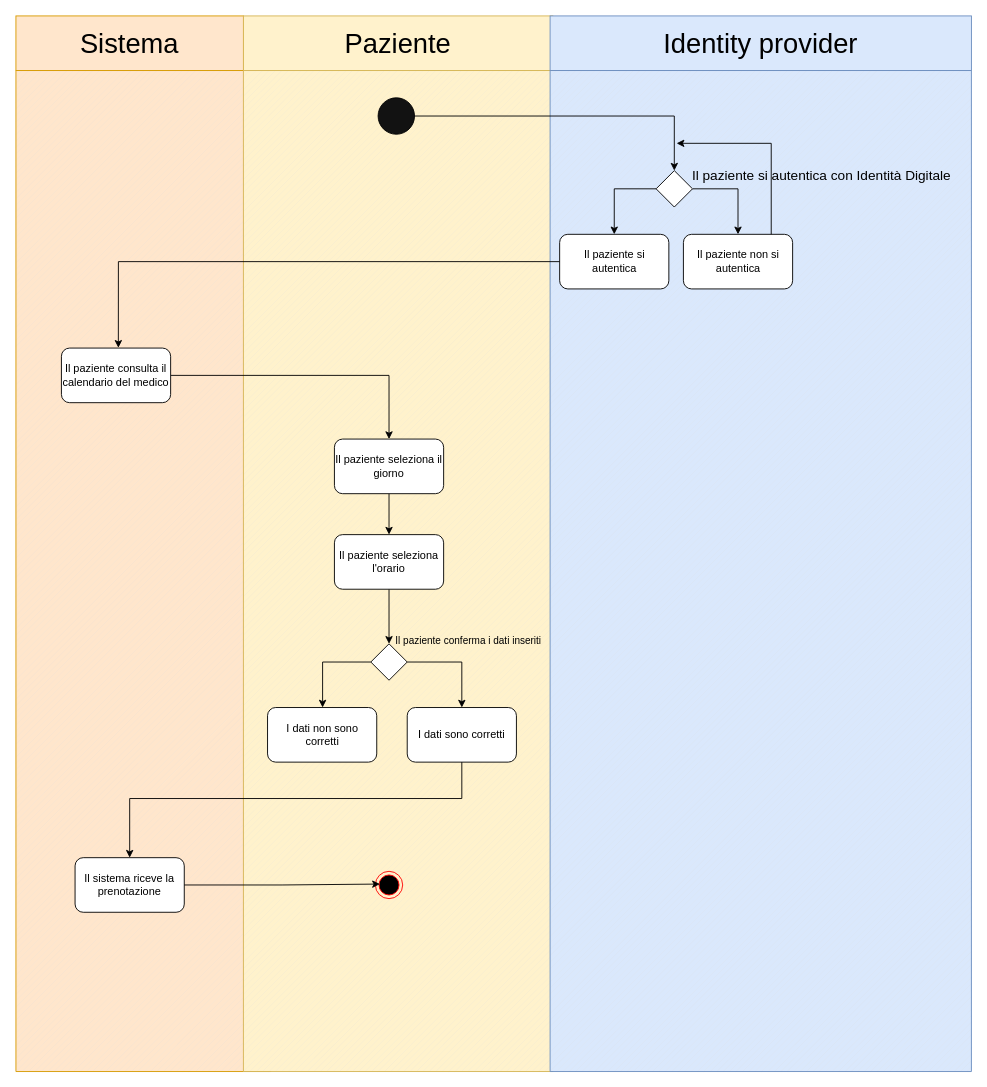
The draw.io diagram page "swimLane" (3 of 5) of DiagrammiMedSync.drawio in frncscrlnd/MedSync-Sistema-di-Gestione-Appuntamenti-e-Documentazione-Medica, before the edit. Source tidied: cells renumbered, new cells numbered last; positions are measured from the earlier drawing's top-left corner, leaving out a move shared by most shapes. Both pictures are drawn from the tidied source at 91%, with x=0, y=0 at pixel (15, 15).
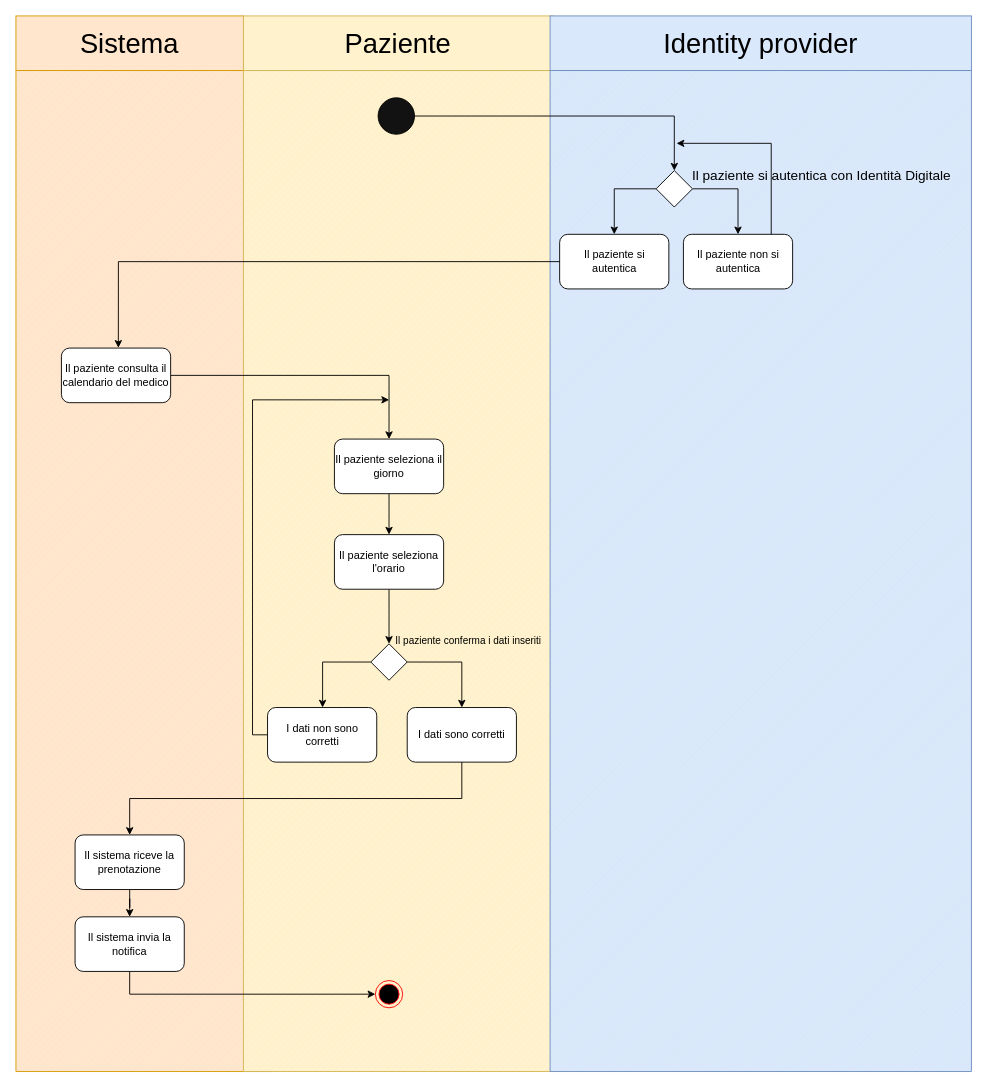
After the change.

Unchanged cells that the change refers to:
```xml
<mxCell id="3" style="verticalLabelPosition=bottom;verticalAlign=top;html=1;shape=mxgraph.basic.patternFillRect;fillStyle=diag;step=5;fillStrokeWidth=0.2;fillStrokeColor=#dddddd;fillColor=#fff2cc;strokeColor=#d6b656;" parent="1" vertex="1">
  <mxGeometry x="250" y="60" width="340" height="1100" as="geometry" />
</mxCell>
<mxCell id="26" value="I dati non sono corretti" style="rounded=1;whiteSpace=wrap;html=1;" parent="1" vertex="1">
  <mxGeometry x="276.5" y="760" width="120" height="60" as="geometry" />
</mxCell>
```

Change to the diagram source:
```diff
@@
     <mxCell id="8" style="ellipse;html=1;shape=endState;fillColor=#000000;strokeColor=#ff0000;" parent="1" vertex="1">
-      <mxGeometry x="395" y="940" width="30" height="30" as="geometry" />
+      <mxGeometry x="395" y="1060" width="30" height="30" as="geometry" />
     </mxCell>
@@
     <mxCell id="31" value="Il sistema riceve la prenotazione" style="rounded=1;whiteSpace=wrap;html=1;" parent="1" vertex="1">
-      <mxGeometry x="65" y="925" width="120" height="60" as="geometry" />
+      <mxGeometry x="65" y="900" width="120" height="60" as="geometry" />
     </mxCell>
@@
-    <mxCell id="33" style="edgeStyle=orthogonalEdgeStyle;rounded=0;jettySize=auto;html=1;" parent="1" edge="1" source="31">
-      <mxGeometry relative="1" as="geometry">
-        <mxPoint x="400" y="954" as="targetPoint" />
-      </mxGeometry>
-    </mxCell>
+    <mxCell id="34" style="edgeStyle=orthogonalEdgeStyle;rounded=0;jettySize=auto;html=1;entryX=0.471;entryY=0.329;entryDx=0;entryDy=0;entryPerimeter=0;" parent="1" edge="1" source="26" target="3">
+      <mxGeometry relative="1" as="geometry">
+        <Array as="points">
+          <mxPoint x="260" y="790" />
+          <mxPoint x="260" y="422" />
+        </Array>
+      </mxGeometry>
+    </mxCell>
+    <mxCell id="35" value="Il sistema invia la notifica" style="rounded=1;whiteSpace=wrap;html=1;" parent="1" vertex="1">
+      <mxGeometry x="65" y="990" width="120" height="60" as="geometry" />
+    </mxCell>
+    <mxCell id="36" style="edgeStyle=orthogonalEdgeStyle;rounded=0;jettySize=auto;html=1;" parent="1" edge="1" source="31" target="35">
+      <mxGeometry relative="1" as="geometry" />
+    </mxCell>
+    <mxCell id="37" style="edgeStyle=orthogonalEdgeStyle;rounded=0;jettySize=auto;html=1;entryX=0;entryY=0.5;entryDx=0;entryDy=0;" parent="1" edge="1" source="35" target="8">
+      <mxGeometry relative="1" as="geometry">
+        <Array as="points">
+          <mxPoint x="125" y="1075" />
+        </Array>
+      </mxGeometry>
+    </mxCell>
```
